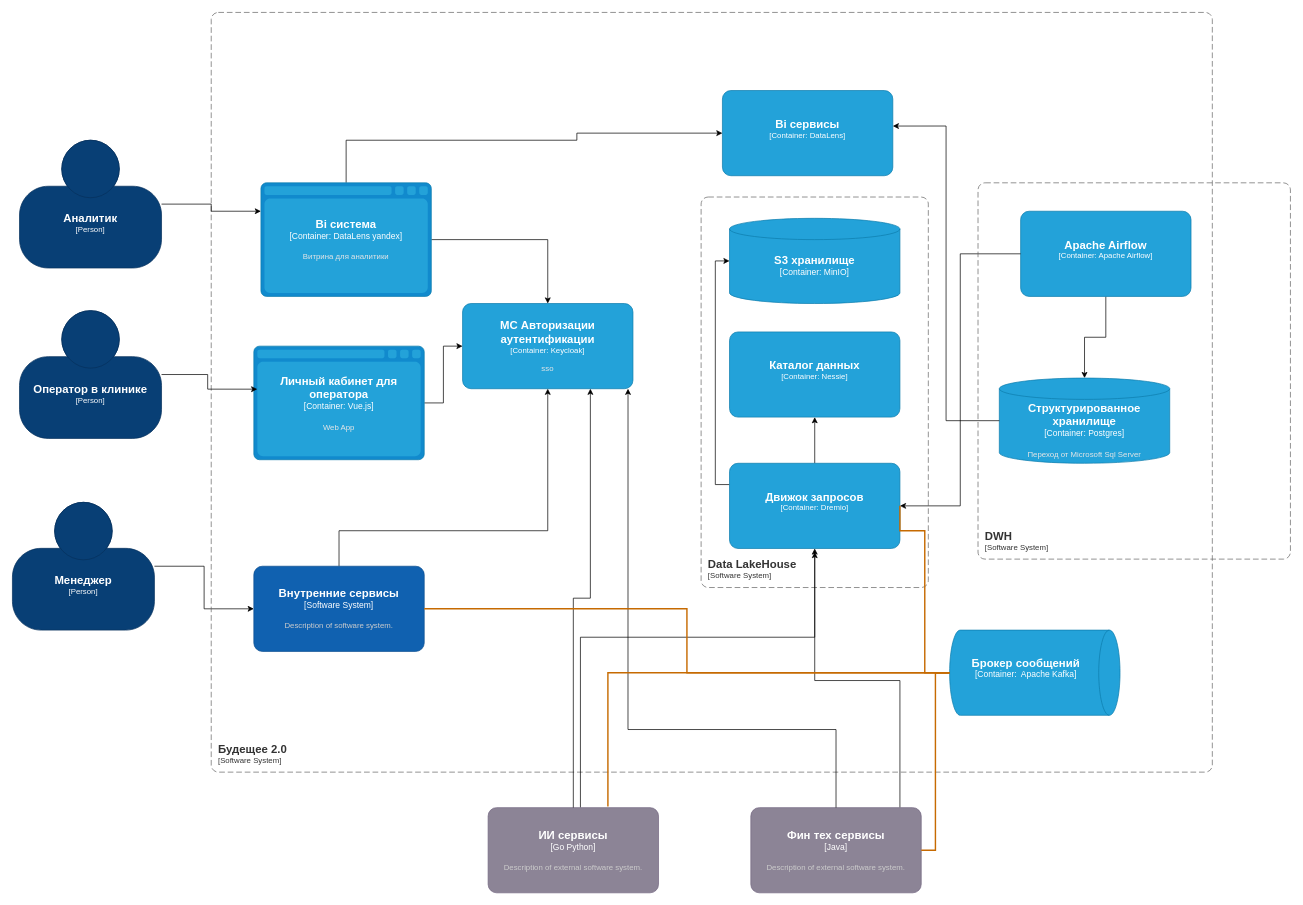
Before: Exc1/С4.drawio in EgorovEvgen1991/architecture-sprint-11, a draw.io diagram. Source tidied: cells renumbered, new cells numbered last; positions are measured from the earlier drawing's top-left corner, leaving out a move shared by most shapes. Both pictures are drawn from the tidied source at 71%, with x=0, y=0 at pixel (12, 12).
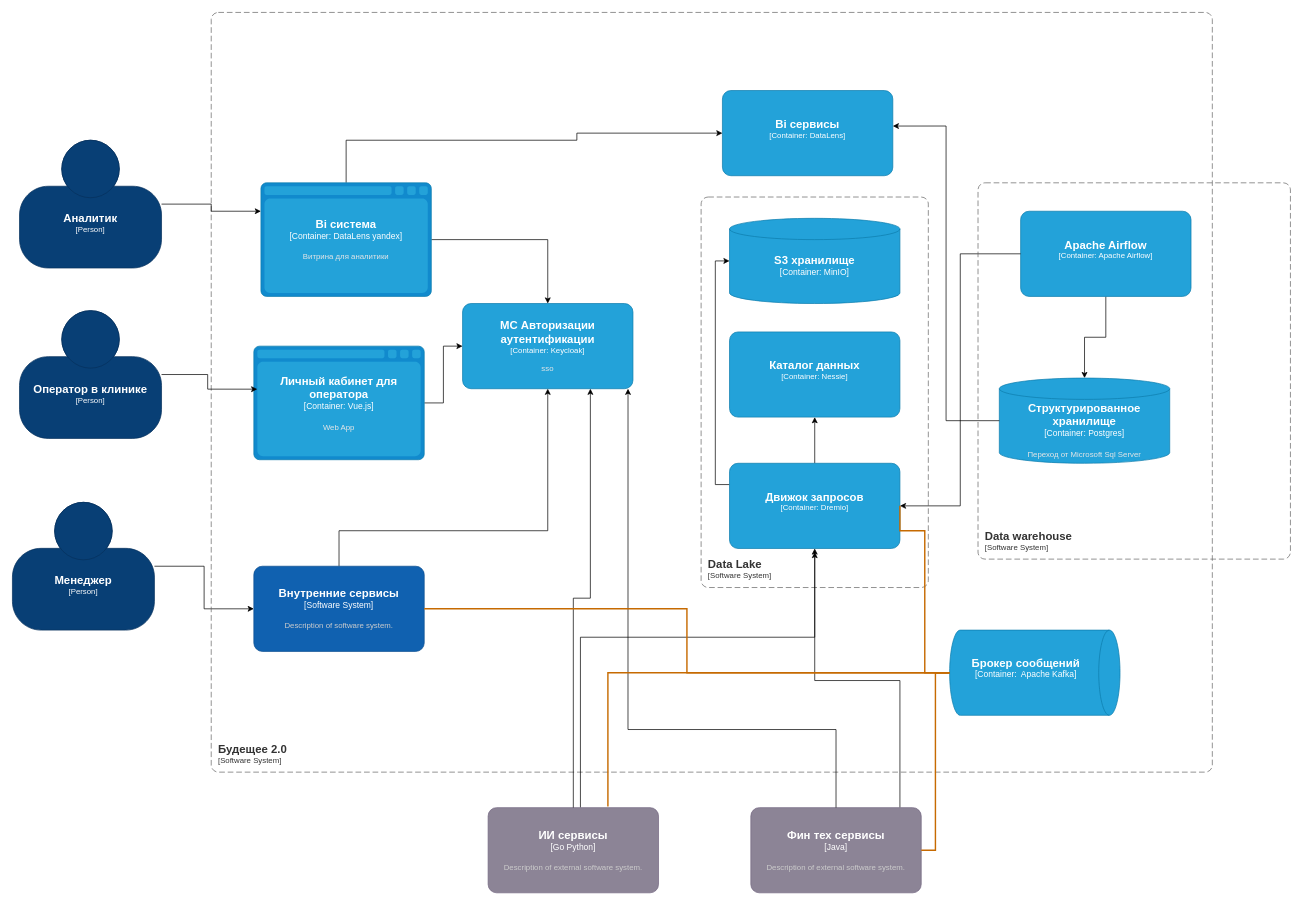
Above is the later version.

The edit, as a diff of the source:
```diff
@@
-    <object id="11" label="&lt;font style=&quot;font-size: 16px&quot;&gt;&lt;b&gt;&lt;div style=&quot;text-align: left&quot;&gt;%c4Name%&lt;/div&gt;&lt;/b&gt;&lt;/font&gt;&lt;div style=&quot;text-align: left&quot;&gt;[%c4Application%]&lt;/div&gt;" c4Application="Software System" c4Name="Data LakeHouse" placeholders="1">
+    <object id="11" label="&lt;font style=&quot;font-size: 16px&quot;&gt;&lt;b&gt;&lt;div style=&quot;text-align: left&quot;&gt;%c4Name%&lt;/div&gt;&lt;/b&gt;&lt;/font&gt;&lt;div style=&quot;text-align: left&quot;&gt;[%c4Application%]&lt;/div&gt;" c4Application="Software System" c4Name="Data Lake" placeholders="1">
       <mxCell style="rounded=1;fontSize=11;whiteSpace=wrap;html=1;dashed=1;arcSize=20;fillColor=none;strokeColor=#666666;fontColor=#333333;labelBackgroundColor=none;align=left;verticalAlign=bottom;labelBorderColor=none;spacingTop=0;spacing=10;dashPattern=8 4;perimeter=rectanglePerimeter;noLabel=0;labelPadding=0;absoluteArcSize=1;" parent="1" vertex="1">
         <mxGeometry x="970" y="260" width="320" height="550" as="geometry" />
       </mxCell>
     </object>
@@
-    <object id="40" label="&lt;font style=&quot;font-size: 16px&quot;&gt;&lt;b&gt;&lt;div style=&quot;text-align: left&quot;&gt;%c4Name%&lt;/div&gt;&lt;/b&gt;&lt;/font&gt;&lt;div style=&quot;text-align: left&quot;&gt;[%c4Application%]&lt;/div&gt;" c4Application="Software System" c4Name="DWH" placeholders="1">
+    <object id="40" label="&lt;font style=&quot;font-size: 16px&quot;&gt;&lt;b&gt;&lt;div style=&quot;text-align: left&quot;&gt;%c4Name%&lt;/div&gt;&lt;/b&gt;&lt;/font&gt;&lt;div style=&quot;text-align: left&quot;&gt;[%c4Application%]&lt;/div&gt;" c4Application="Software System" c4Name="Data warehouse" placeholders="1">
       <mxCell style="rounded=1;fontSize=11;whiteSpace=wrap;html=1;dashed=1;arcSize=20;fillColor=none;strokeColor=#666666;fontColor=#333333;labelBackgroundColor=none;align=left;verticalAlign=bottom;labelBorderColor=none;spacingTop=0;spacing=10;dashPattern=8 4;perimeter=rectanglePerimeter;noLabel=0;labelPadding=0;absoluteArcSize=1;" parent="1" vertex="1">
         <mxGeometry x="1360" y="240" width="440" height="530" as="geometry" />
       </mxCell>
     </object>
```
